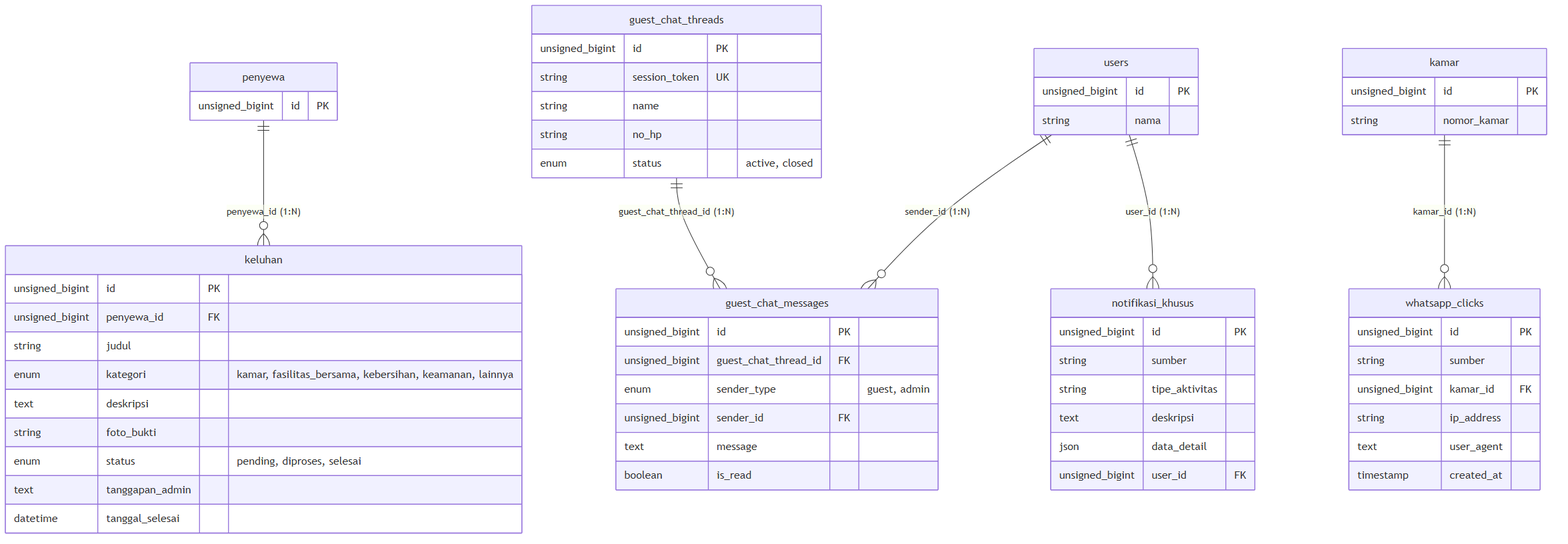
This is Blueprint/erd/erd_relasi_keluhan_guest_analytics.png from rafifarsyapradiva/asri-boarding-house, a Mermaid export, as it was before one commit. Its source is kept beside it as Blueprint/erd/erd_relasi_keluhan_guest_analytics.mmd. The source it was exported from:
```mermaid
erDiagram
    penyewa ||--o{ keluhan : "penyewa_id (1:N)"
    guest_chat_threads ||--o{ guest_chat_messages : "guest_chat_thread_id (1:N)"
    users ||--o{ guest_chat_messages : "sender_id (1:N)"
    kamar ||--o{ whatsapp_clicks : "kamar_id (1:N)"
    users ||--o{ notifikasi_khusus : "user_id (1:N)"

    keluhan {
        unsigned_bigint id PK
        unsigned_bigint penyewa_id FK
        string judul
        enum kategori "kamar, fasilitas_bersama, kebersihan, keamanan, lainnya"
        text deskripsi
        string foto_bukti
        enum status "pending, diproses, selesai"
        text tanggapan_admin
        datetime tanggal_selesai
    }
    guest_chat_threads {
        unsigned_bigint id PK
        string session_token UK
        string name
        string no_hp
        enum status "active, closed"
    }
    guest_chat_messages {
        unsigned_bigint id PK
        unsigned_bigint guest_chat_thread_id FK
        enum sender_type "guest, admin"
        unsigned_bigint sender_id FK
        text message
        boolean is_read
    }
    whatsapp_clicks {
        unsigned_bigint id PK
        string sumber
        unsigned_bigint kamar_id FK
        string ip_address
        text user_agent
        timestamp created_at
    }
    notifikasi_khusus {
        unsigned_bigint id PK
        string sumber
        string tipe_aktivitas
        text deskripsi
        json data_detail
        unsigned_bigint user_id FK
    }
    penyewa {
        unsigned_bigint id PK
    }
    users {
        unsigned_bigint id PK
        string nama
    }
    kamar {
        unsigned_bigint id PK
        string nomor_kamar
    }
```
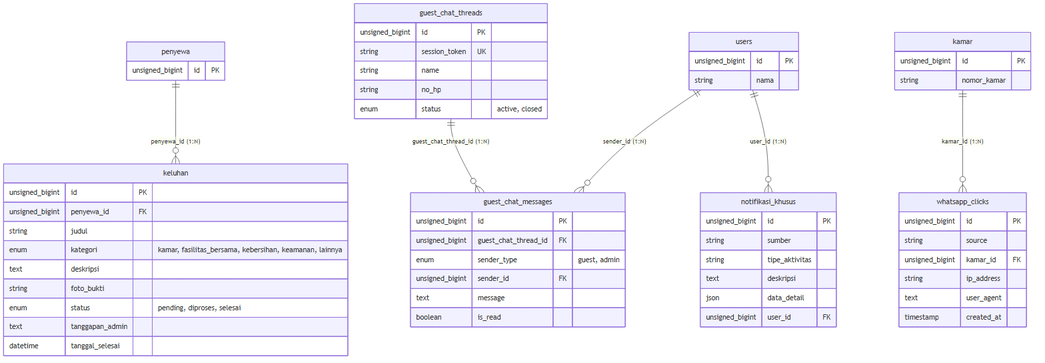
Above is the later version.

What changed in the source:
```diff
@@ -33,7 +33,7 @@
     }
     whatsapp_clicks {
         unsigned_bigint id PK
-        string sumber
+        string source
         unsigned_bigint kamar_id FK
         string ip_address
         text user_agent
```
